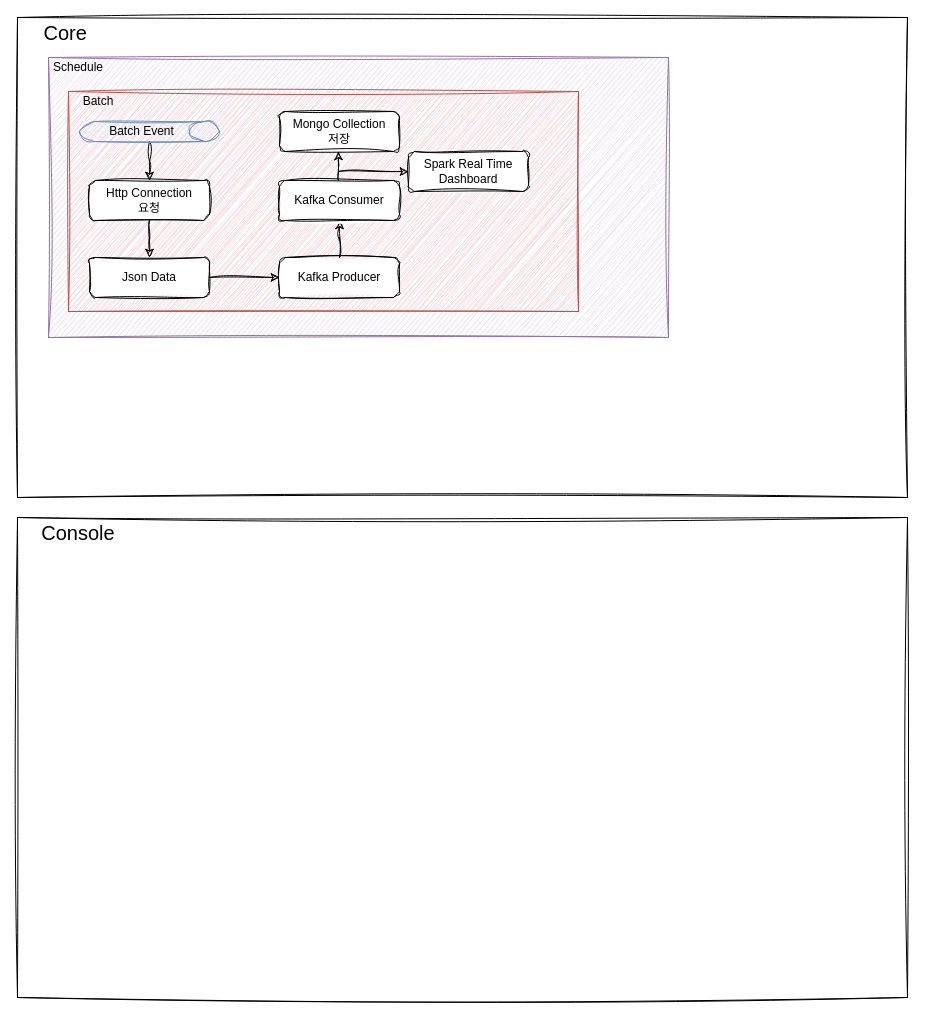
Above: docs/collectData.drawio in lima1016/HelloToday (draw.io), before the change. Source tidied: cells renumbered, new cells numbered last; positions are measured from the earlier drawing's top-left corner, leaving out a move shared by most shapes. Both pictures are drawn from the tidied source at 100%, with x=0, y=0 at pixel (17, 17).
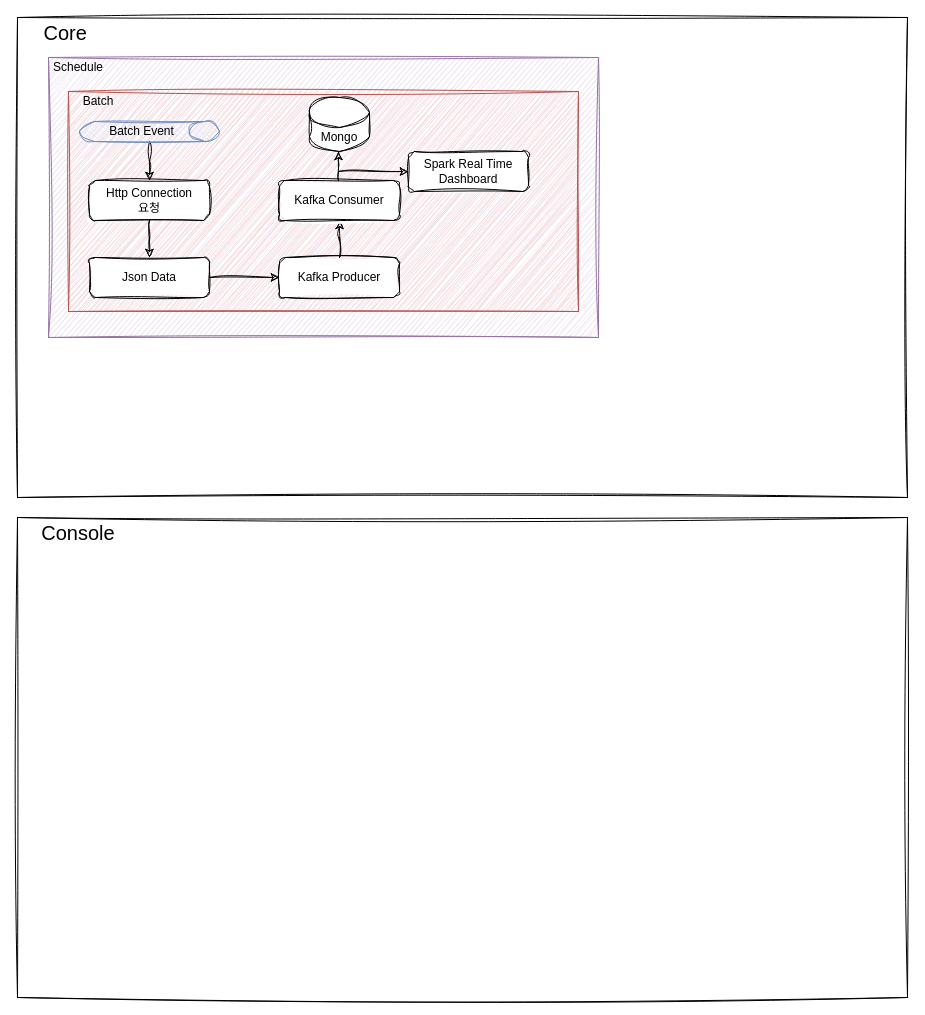
The same diagram, later.

Unchanged cells that the change refers to:
```xml
<mxCell id="9" value="Kafka Consumer" style="rounded=1;whiteSpace=wrap;html=1;fontSize=12;glass=0;strokeWidth=1;shadow=0;sketch=1;curveFitting=1;jiggle=2;" parent="1" vertex="1">
  <mxGeometry x="262" y="163" width="120" height="40" as="geometry" />
</mxCell>
```

Diff of the diagram source:
```diff
@@
     <mxCell id="3" style="rounded=0;whiteSpace=wrap;html=1;fillColor=#e1d5e7;strokeColor=#9673a6;glass=0;shadow=0;sketch=1;curveFitting=1;jiggle=2;" parent="1" vertex="1">
-      <mxGeometry x="31" y="40" width="620" height="280" as="geometry" />
+      <mxGeometry x="31" y="40" width="550" height="280" as="geometry" />
     </mxCell>
@@
-    <mxCell id="8" style="edgeStyle=orthogonalEdgeStyle;rounded=0;jettySize=auto;html=1;sketch=1;curveFitting=1;jiggle=2;" parent="1" edge="1" source="9" target="10">
+    <mxCell id="8" style="edgeStyle=orthogonalEdgeStyle;rounded=0;jettySize=auto;html=1;sketch=1;curveFitting=1;jiggle=2;" parent="1" edge="1" source="9">
       <mxGeometry relative="1" as="geometry">
+        <mxPoint x="321" y="134" as="targetPoint" />
         <Array as="points">
           <mxPoint x="321" y="150" />
           <mxPoint x="321" y="150" />
         </Array>
       </mxGeometry>
     </mxCell>
@@
-    <mxCell id="10" value="Mongo Collection&lt;br&gt;저장" style="rounded=1;whiteSpace=wrap;html=1;fontSize=12;glass=0;strokeWidth=1;shadow=0;sketch=1;curveFitting=1;jiggle=2;" parent="1" vertex="1">
-      <mxGeometry x="262" y="94" width="120" height="40" as="geometry" />
-    </mxCell>
@@
+    <mxCell id="23" value="Mongo" style="shape=cylinder3;whiteSpace=wrap;html=1;boundedLbl=1;backgroundOutline=1;size=15;shadow=0;sketch=1;curveFitting=1;jiggle=2;" parent="1" vertex="1">
+      <mxGeometry x="292" y="80" width="60" height="54" as="geometry" />
+    </mxCell>
```
